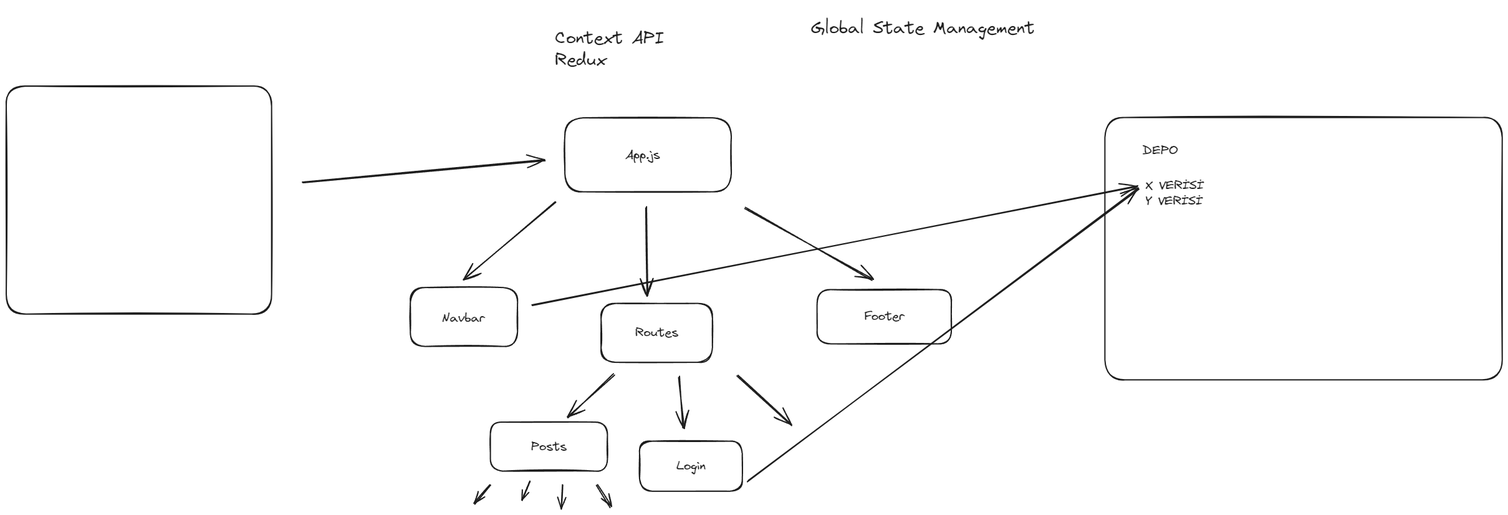
The Excalidraw diagram demo.excalidraw.png in halitkalayci/tobeto-1c-starter, before a commit. Source tidied: one line per element, renumbered; positions are measured from the earlier drawing's top-left corner, leaving out a move shared by most shapes.
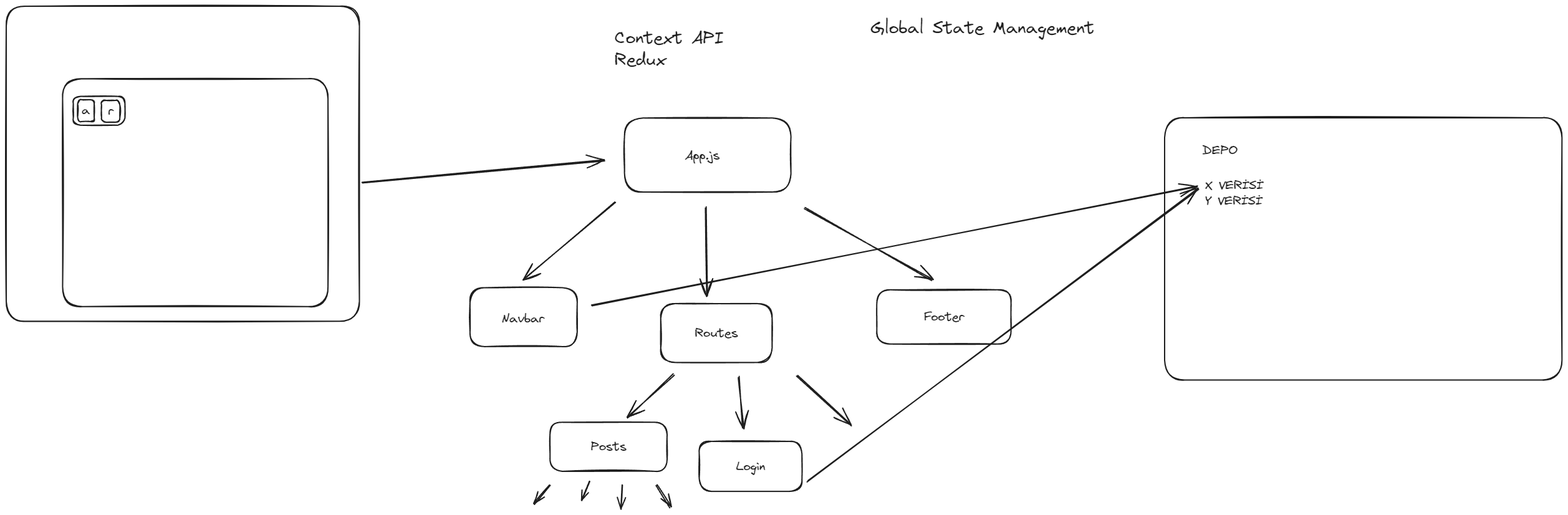
The same file after the commit.

Diff of the diagram source:
```diff
@@ -27,5 +27,11 @@
 {"id": 26, "type": "arrow", "strokeColor": "#1e1e1e", "strokeWidth": 2, "roughness": 1, "endArrowhead": "arrow", "round": true, "from": 20, "to": 24, "x": 1190, "y": 761, "width": 627, "height": 469, "points": [[0, 0], [627, -469]]}
 {"id": 27, "type": "text", "text": "Global State Management", "strokeColor": "#1e1e1e", "strokeWidth": 2, "roughness": 1, "fontSize": 28, "fontFamily": 1, "x": 1291, "y": 19, "width": 359, "height": 35}
 {"id": 28, "type": "text", "text": "\nContext API\nRedux", "strokeColor": "#1e1e1e", "strokeWidth": 2, "roughness": 1, "fontSize": 28, "fontFamily": 1, "x": 880, "y": 0, "width": 175, "height": 105}
-{"id": 29, "type": "rectangle", "strokeColor": "#1e1e1e", "strokeWidth": 2, "roughness": 1, "round": true, "x": 0, "y": 128, "width": 426, "height": 366}
+{"id": 29, "type": "rectangle", "strokeColor": "#1e1e1e", "strokeWidth": 2, "roughness": 1, "round": true, "x": -5, "y": 116, "width": 426, "height": 366}
 {"id": 30, "type": "arrow", "strokeColor": "#1e1e1e", "strokeWidth": 2, "roughness": 1, "endArrowhead": "arrow", "round": true, "x": 475, "y": 283, "width": 389, "height": 36, "points": [[0, 0], [389, -36]]}
+{"id": 31, "type": "rectangle", "strokeColor": "#1e1e1e", "strokeWidth": 2, "roughness": 1, "round": true, "x": 12, "y": 144, "width": 83, "height": 46}
+{"id": 32, "type": "rectangle", "strokeColor": "#1e1e1e", "strokeWidth": 2, "roughness": 1, "round": true, "x": 19, "y": 150, "width": 27, "height": 35}
+{"id": 33, "type": "text", "text": "a", "strokeColor": "#1e1e1e", "strokeWidth": 2, "roughness": 1, "fontSize": 20, "fontFamily": 1, "textAlign": "center", "verticalAlign": "middle", "inside": 32, "x": 25, "y": 155, "width": 13, "height": 25}
+{"id": 34, "type": "rectangle", "strokeColor": "#1e1e1e", "strokeWidth": 2, "roughness": 1, "round": true, "x": 57, "y": 151, "width": 29, "height": 35}
+{"id": 35, "type": "text", "text": "r", "strokeColor": "#1e1e1e", "strokeWidth": 2, "roughness": 1, "fontSize": 20, "fontFamily": 1, "textAlign": "center", "verticalAlign": "middle", "inside": 34, "x": 68, "y": 156, "width": 9, "height": 25}
+{"id": 36, "type": "rectangle", "strokeColor": "#1e1e1e", "strokeWidth": 2, "roughness": 1, "round": true, "x": -96, "y": 0, "width": 566, "height": 505}
```
